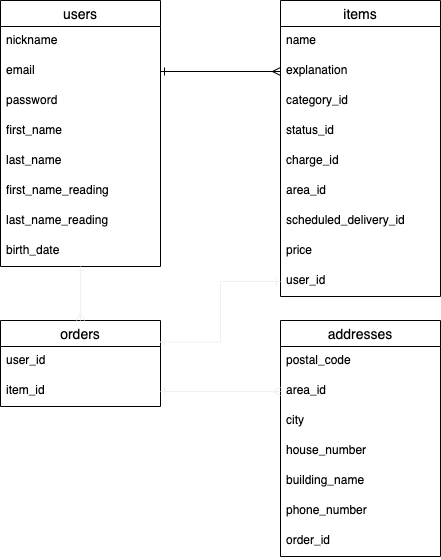
Before: config/furima35541.drawio.png, a diagram exported from draw.io (ma-sensei-web/furima-35541). Source tidied: cells renumbered, new cells last; positions are measured from the earlier drawing's top-left corner, leaving out a move shared by most shapes.
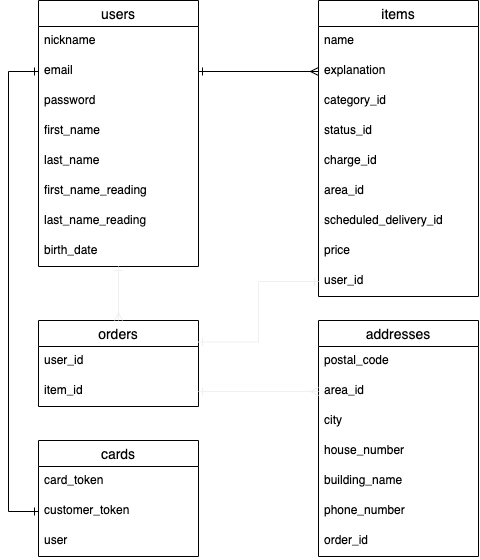
After the commit.

Commit message:
cardsテーブルをER図に追加

The edit, as a diff of the source:
```diff
@@ -106,5 +106,25 @@
     <mxCell id="35" style="edgeStyle=orthogonalEdgeStyle;rounded=0;jettySize=auto;html=1;exitX=1;exitY=0.5;exitDx=0;exitDy=0;entryX=0;entryY=0.5;entryDx=0;entryDy=0;startArrow=ERone;startFill=0;endArrow=ERmany;endFill=0;strokeColor=#f0f0f0;" parent="1" edge="1" source="23" target="26">
       <mxGeometry relative="1" as="geometry" />
     </mxCell>
+    <mxCell id="36" value="cards" style="swimlane;fontStyle=0;horizontal=1;startSize=26;align=center;fontSize=14;shadow=0;" parent="1" vertex="1">
+      <mxGeometry y="440" width="160" height="116" as="geometry" />
+    </mxCell>
+    <mxCell id="37" value="card_token" style="text;strokeColor=none;fillColor=none;spacingLeft=4;spacingRight=4;overflow=hidden;fontSize=12;" parent="36" vertex="1">
+      <mxGeometry y="26" width="160" height="30" as="geometry" />
+    </mxCell>
+    <mxCell id="38" value="customer_token" style="text;strokeColor=none;fillColor=none;spacingLeft=4;spacingRight=4;overflow=hidden;points=[[0,0.5],[1,0.5]];portConstraint=eastwest;fontSize=12;" parent="36" vertex="1">
+      <mxGeometry y="56" width="160" height="30" as="geometry" />
+    </mxCell>
+    <mxCell id="39" value="user" style="text;strokeColor=none;fillColor=none;spacingLeft=4;spacingRight=4;overflow=hidden;fontSize=12;" parent="36" vertex="1">
+      <mxGeometry y="86" width="160" height="30" as="geometry" />
+    </mxCell>
+    <mxCell id="40" style="rounded=0;jettySize=auto;html=1;entryX=0;entryY=0.5;entryDx=0;entryDy=0;exitX=0;exitY=0.5;exitDx=0;exitDy=0;endArrow=ERone;endFill=0;startArrow=ERone;startFill=0;" parent="1" edge="1" source="4" target="38">
+      <mxGeometry relative="1" as="geometry">
+        <Array as="points">
+          <mxPoint x="-30" y="71" />
+          <mxPoint x="-30" y="511" />
+        </Array>
+      </mxGeometry>
+    </mxCell>
   </root>
 </mxGraphModel>
```
